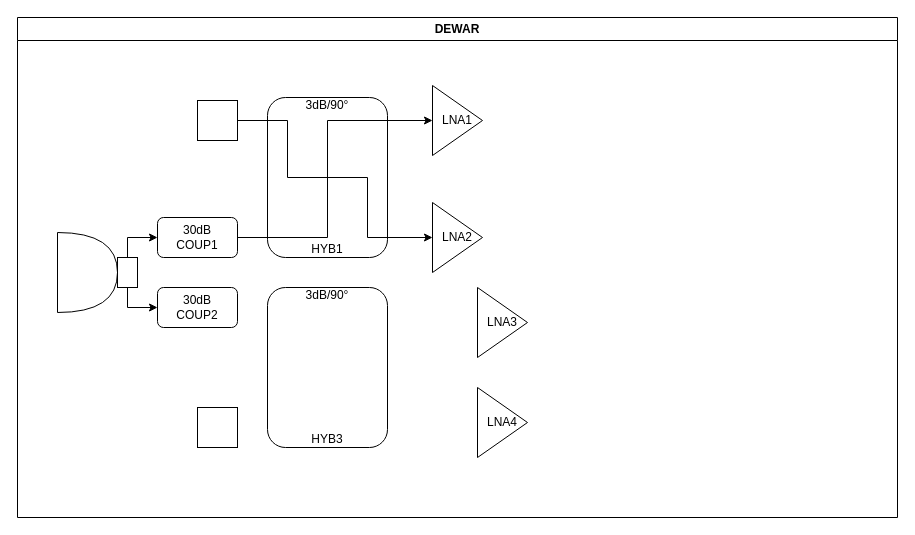
This is vlbi-2.drawio from faksdal/vlbi, a draw.io file, before an edit. Source tidied: cells renumbered, new cells numbered last; positions are measured from the earlier drawing's top-left corner, leaving out a move shared by most shapes. Both pictures are drawn from the tidied source at 100%, with x=0, y=0 at pixel (17, 17).
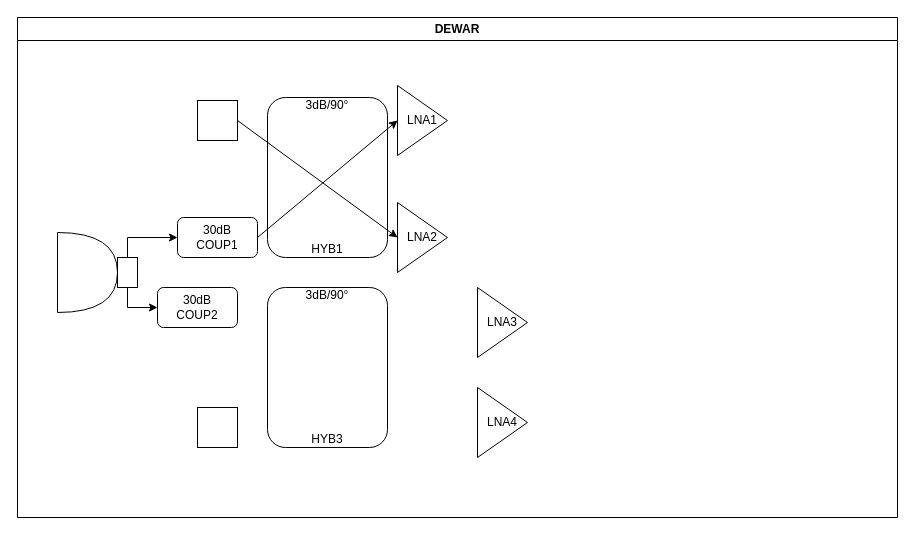
The same diagram, later.

Unchanged cells that the change refers to:
```xml
<mxCell id="2" value="&lt;div&gt;DEWAR&lt;/div&gt;" style="swimlane;whiteSpace=wrap;html=1;" parent="1" vertex="1">
  <mxGeometry width="880" height="500" as="geometry" />
</mxCell>
<mxCell id="12" style="whiteSpace=wrap;html=1;" parent="2" vertex="1">
  <mxGeometry x="180" y="83" width="40" height="40" as="geometry" />
</mxCell>
```

Change to the diagram source:
```diff
@@
     <mxCell id="7" value="&lt;div&gt;30dB&lt;/div&gt;&lt;div&gt;COUP1&lt;/div&gt;" style="rounded=1;whiteSpace=wrap;html=1;labelBackgroundColor=none;" parent="2" vertex="1">
-      <mxGeometry x="140" y="200" width="80" height="40" as="geometry" />
+      <mxGeometry x="160" y="200" width="80" height="40" as="geometry" />
     </mxCell>
@@
     <mxCell id="9" value="&lt;div&gt;LNA1&lt;/div&gt;" style="triangle;whiteSpace=wrap;html=1;labelBackgroundColor=none;" parent="2" vertex="1">
-      <mxGeometry x="415" y="68" width="50" height="70" as="geometry" />
+      <mxGeometry x="380" y="68" width="50" height="70" as="geometry" />
     </mxCell>
     <mxCell id="10" value="&lt;div&gt;LNA2&lt;/div&gt;" style="triangle;whiteSpace=wrap;html=1;labelBackgroundColor=none;" parent="2" vertex="1">
-      <mxGeometry x="415" y="185" width="50" height="70" as="geometry" />
+      <mxGeometry x="380" y="185" width="50" height="70" as="geometry" />
     </mxCell>
-    <mxCell id="11" style="edgeStyle=orthogonalEdgeStyle;shape=wire;rounded=0;jettySize=auto;html=1;exitX=1;exitY=0.5;exitDx=0;exitDy=0;entryX=0;entryY=0.5;entryDx=0;entryDy=0;dashed=1;" parent="2" edge="1" source="12" target="10">
-      <mxGeometry relative="1" as="geometry">
-        <Array as="points">
-          <mxPoint x="270" y="103" />
-          <mxPoint x="270" y="160" />
-          <mxPoint x="350" y="160" />
-          <mxPoint x="350" y="220" />
-        </Array>
-      </mxGeometry>
-    </mxCell>
@@
+    <mxCell id="11" style="endArrow=classic;html=1;rounded=0;exitX=1;exitY=0.5;exitDx=0;exitDy=0;entryX=0;entryY=0.5;entryDx=0;entryDy=0;" parent="2" edge="1" source="12" target="10">
+      <mxGeometry relative="1" as="geometry" />
+    </mxCell>
-    <mxCell id="18" style="edgeStyle=orthogonalEdgeStyle;rounded=0;jettySize=auto;html=1;exitX=1;exitY=0.5;exitDx=0;exitDy=0;entryX=0;entryY=0.5;entryDx=0;entryDy=0;" parent="2" edge="1" source="7" target="9">
-      <mxGeometry relative="1" as="geometry">
-        <Array as="points">
-          <mxPoint x="310" y="220" />
-          <mxPoint x="310" y="103" />
-        </Array>
-      </mxGeometry>
+    <mxCell id="18" style="endArrow=classic;html=1;rounded=0;exitX=1;exitY=0.5;exitDx=0;exitDy=0;entryX=0;entryY=0.5;entryDx=0;entryDy=0;" parent="2" edge="1" source="7" target="9">
+      <mxGeometry relative="1" as="geometry" />
     </mxCell>
```
